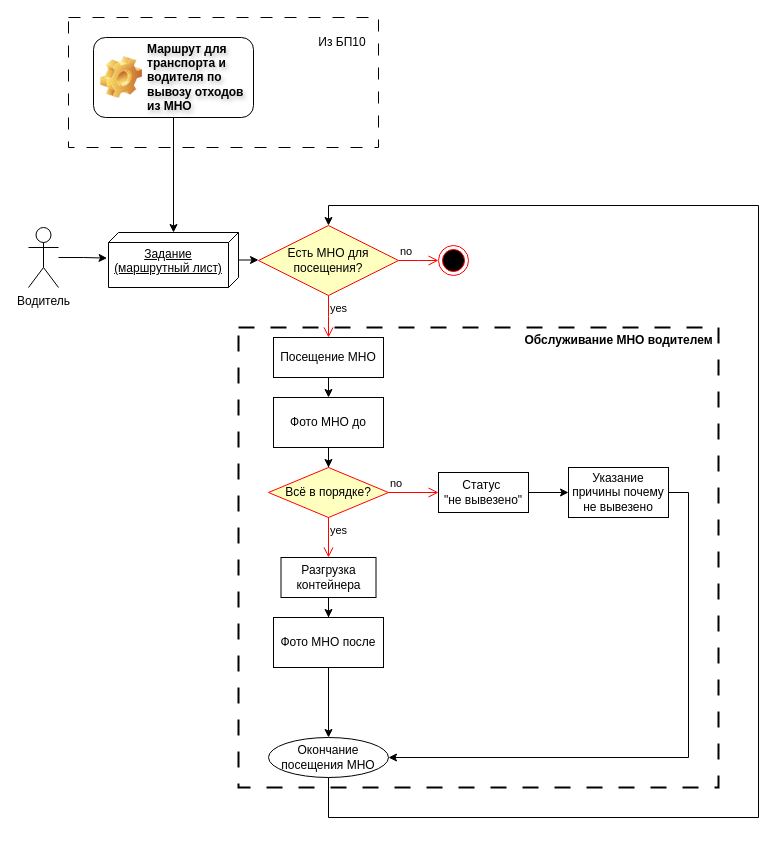
SergeiF-Kolomna/diagrams keeps this draw.io diagram as page "Черновик" (1 of 2) of Исполнение_водителем_маршрутного_листа.drawio. Above is the earlier version. Source tidied: cells renumbered, new cells numbered last; positions are measured from the earlier drawing's top-left corner, leaving out a move shared by most shapes. Both pictures are drawn from the tidied source at 100%, with x=0, y=0 at pixel (28, 17).
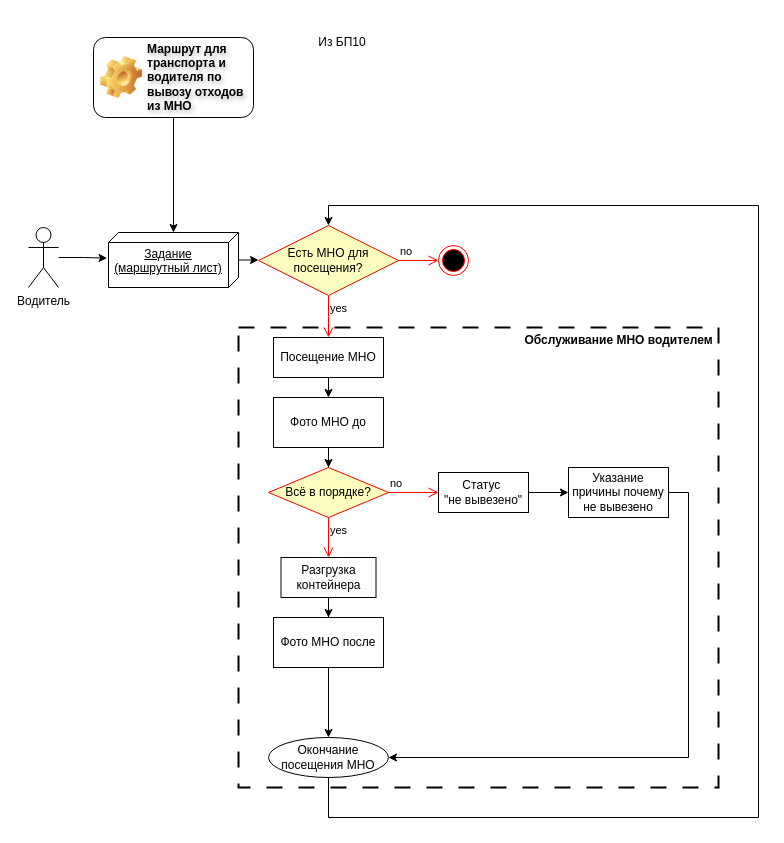
After the change.

Diff of the diagram source:
```diff
@@
-    <mxCell id="31" style="rounded=0;whiteSpace=wrap;html=1;fillColor=none;dashed=1;dashPattern=12 12;" parent="1" vertex="1">
-      <mxGeometry x="40" width="310" height="130" as="geometry" />
-    </mxCell>
```
